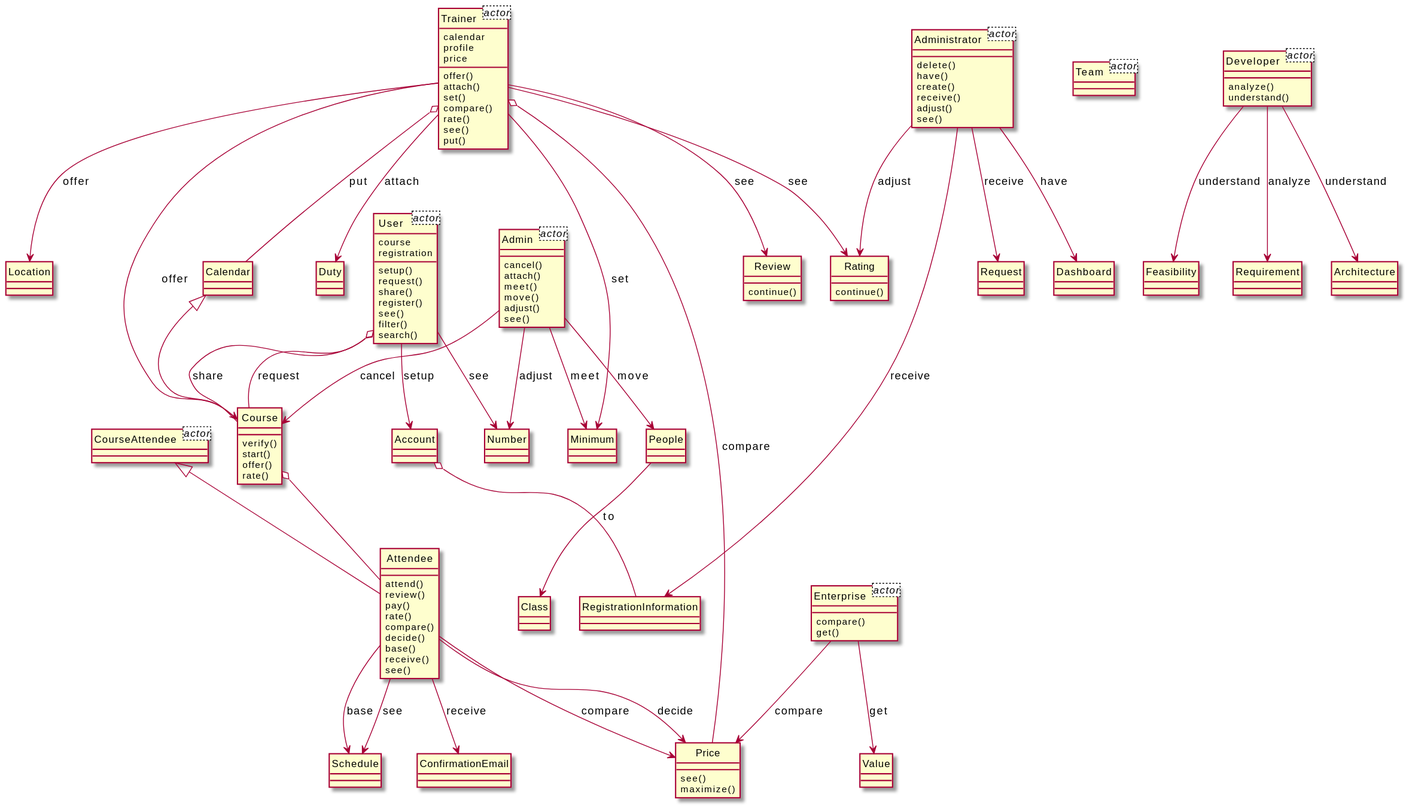
Before: output/diagram_5/2014-USC-Project11.svg, a diagram exported from PlantUML (xixixhalu/DomainModelExtractor).
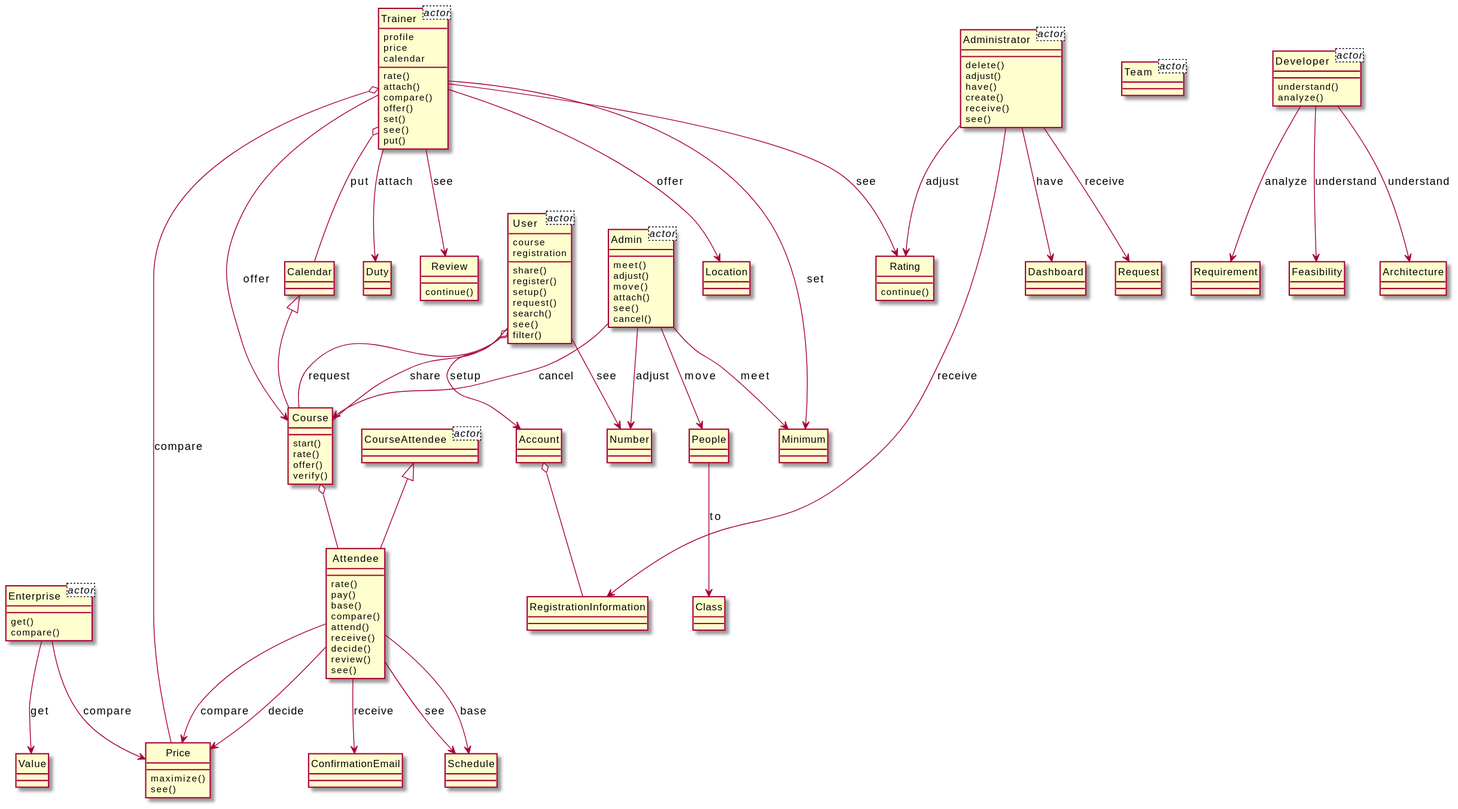
After the change.

The edit, as a diff of the source:
```diff
@@ -7,9 +7,9 @@
 class CourseAttendee<actor> {
 }
 class Trainer<actor> {
-	calendar
 	profile
 	price
+	calendar
 }
 class Enterprise<actor> {
 }
@@ -21,144 +21,144 @@
 }
 class Developer<actor> {
 }
+class Attendee {
+	rate()
+	pay()
+	base()
+	compare()
+	attend()
+	receive()
+	decide()
+	review()
+	see()
+}
 class RegistrationInformation {
 }
-class Attendee {
-	attend()
-	review()
-	pay()
-	rate()
-	compare()
-	decide()
-	base()
+class Administrator {
+	delete()
+	adjust()
+	have()
+	create()
 	receive()
 	see()
 }
+class Admin {
+	meet()
+	adjust()
+	move()
+	attach()
+	see()
+	cancel()
+}
+class Minimum {
+}
+class Rating {
+	continue()
+}
+class Price {
+	maximize()
+	see()
+}
+class Trainer {
+	rate()
+	attach()
+	compare()
+	offer()
+	set()
+	see()
+	put()
+}
+class User {
+	share()
+	register()
+	setup()
+	request()
+	search()
+	see()
+	filter()
+}
+class Developer {
+	understand()
+	analyze()
+}
+class Course {
+	start()
+	rate()
+	offer()
+	verify()
+}
+class Duty {
+}
+class Requirement {
+}
 class Enterprise {
+	get()
 	compare()
-	get()
 }
 class Value {
 }
-class Admin {
-	cancel()
-	attach()
-	meet()
-	move()
-	adjust()
-	see()
-}
-class Minimum {
-}
-class Administrator {
-	delete()
-	have()
-	create()
-	receive()
-	adjust()
-	see()
-}
-class User {
-	setup()
-	request()
-	share()
-	register()
-	see()
-	filter()
-	search()
+class People {
 }
 class Number {
 }
-class Trainer {
-	offer()
-	attach()
-	set()
-	compare()
-	rate()
-	see()
-	put()
+class Dashboard {
 }
-class Course {
-	verify()
-	start()
-	offer()
-	rate()
+class Calendar {
 }
-class People {
-}
-class Price {
-	see()
-	maximize()
-}
-class Location {
-}
-class Developer {
-	analyze()
-	understand()
+class Review {
+	continue()
 }
 class Feasibility {
 }
 class Schedule {
 }
-class Duty {
-}
-class Calendar {
+class Location {
 }
 class ConfirmationEmail {
 }
-class Account {
-}
 class Request {
 }
-class Rating {
-	continue()
-}
-class Review {
-	continue()
-}
-class Dashboard {
-}
-class Requirement {
+class Account {
 }
 class Architecture {
 }
+class Class {
+}
 class CourseAttendee {
 }
-class Class {
-}
-Admin --> Minimum : meet
+Administrator --> Rating : adjust
+Administrator --> Request : receive
 Admin --> Course : cancel
+Attendee --> Schedule : base
 Attendee --> Price : compare
-Trainer --> Review : see
+Trainer --> Rating : see
+User o-- Course : request
+User --> Number : see
+People --> Class : to
+Trainer --> Minimum : set
+Admin --> Number : adjust
+User --> Account : setup
 Administrator --> Dashboard : have
-Trainer --> Duty : attach
-Enterprise --> Price : compare
-User --> Number : see
-Developer --> Requirement : analyze
-Trainer --> Minimum : set
-Course o-- Attendee
-User o-- Course : share
-Trainer o-- Calendar : put
-Trainer --> Course : offer
 Developer --> Architecture : understand
-Admin --> Number : adjust
-Account o-- RegistrationInformation
 Trainer o-- Price : compare
 Calendar <|-- Course
+Trainer --> Duty : attach
+Trainer o-- Calendar : put
+Account o-- RegistrationInformation
+Course o-- Attendee
+Developer --> Requirement : analyze
+Trainer --> Review : see
+CourseAttendee <|-- Attendee
+Developer --> Feasibility : understand
+Enterprise --> Value : get
+Attendee --> ConfirmationEmail : receive
+Enterprise --> Price : compare
+Attendee --> Schedule : see
+Attendee --> Price : decide
 Admin --> People : move
-CourseAttendee <|-- Attendee
-User o-- Course : request
-Attendee --> Schedule : base
-Attendee --> ConfirmationEmail : receive
-People --> Class : to
-Attendee --> Price : decide
-User --> Account : setup
 Trainer --> Location : offer
-Administrator --> Request : receive
-Trainer --> Rating : see
+User o-- Course : share
 Administrator --> RegistrationInformation : receive
-Attendee --> Schedule : see
-Enterprise --> Value : get
-Administrator --> Rating : adjust
-Developer --> Feasibility : understand
+Trainer --> Course : offer
+Admin --> Minimum : meet
 @enduml
```
